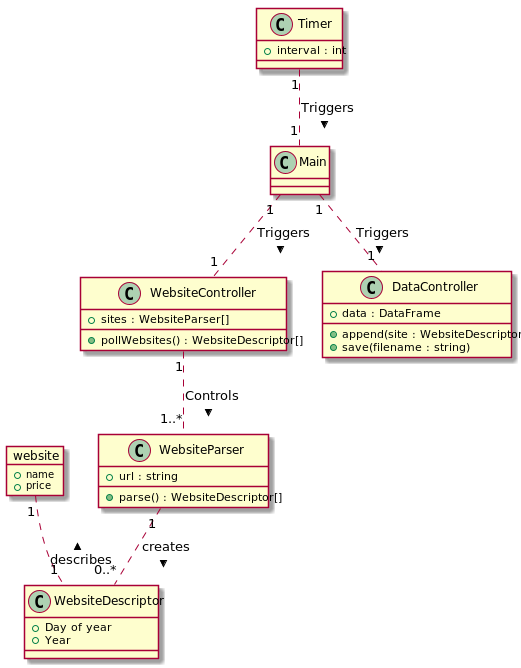
Earlier version of the PlantUML export Domain_Model_Diagram.png (aaron-jencks/alpaca_stock_tradebot).
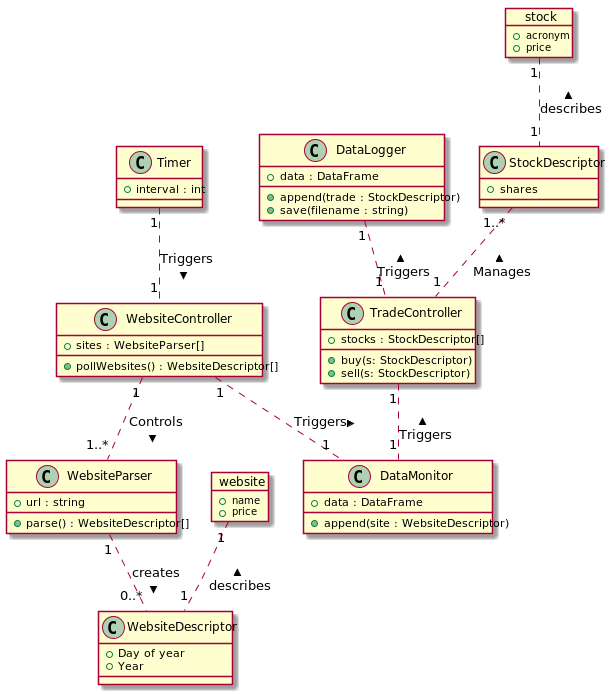
The same file after the commit.

The edit, as a diff of the source:
```diff
@@ -1,4 +1,23 @@
 @startuml "Domain Model Diagram"
+
+object stock {
+    + acronym
+    + price
+}
+
+class StockDescriptor {
+    + shares
+}
+
+stock "1" .. "1" StockDescriptor : < describes
+
+class TradeController {
+    + stocks : StockDescriptor[]
+    + buy(s: StockDescriptor)
+    + sell(s: StockDescriptor)
+}
+
+StockDescriptor "1..*" .. "1" TradeController : < Manages
 
 object website {
     + name
@@ -26,22 +45,27 @@
 
 WebsiteController "1" .. "1..*" WebsiteParser : > Controls
 
-class DataController {
+class DataMonitor {
     + data : DataFrame
     + append(site : WebsiteDescriptor)
-    + save(filename : string)
 }
 
-class Main {
-}
+TradeController "1" .. "1" DataMonitor : < Triggers
 
-Main "1" .. "1" WebsiteController : > Triggers
-Main "1" .. "1" DataController : > Triggers
+WebsiteController "1" .. "1" DataMonitor : > Triggers
 
 class Timer {
     + interval : int
 }
 
-Timer "1" .. "1" Main : > Triggers
+Timer "1" .. "1" WebsiteController : > Triggers
+
+class DataLogger {
+    + data : DataFrame
+    + append(trade : StockDescriptor)
+    + save(filename : string)
+}
+
+DataLogger "1" .. "1" TradeController : < Triggers
 
 @enduml
```
